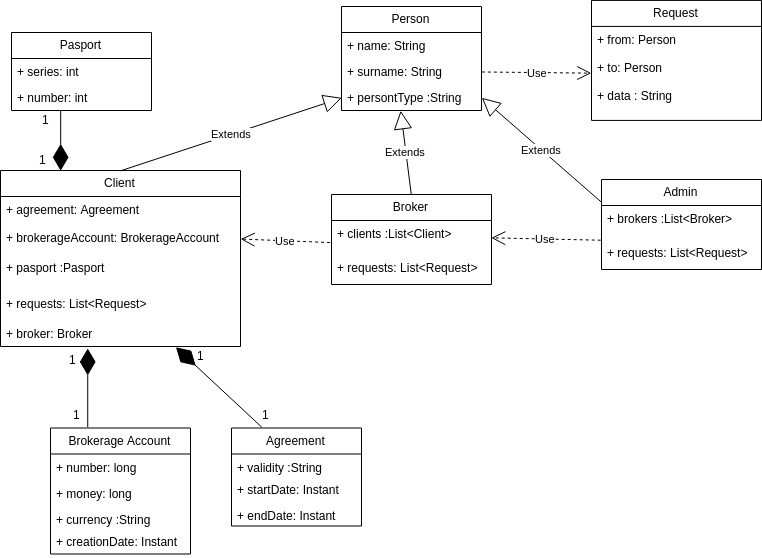
The draw.io diagram diagrams/static_domain_model.png in MikhailMe/exchange-trading, before a commit. Source tidied: cells renumbered, new cells last; positions are measured from the earlier drawing's top-left corner, leaving out a move shared by most shapes.
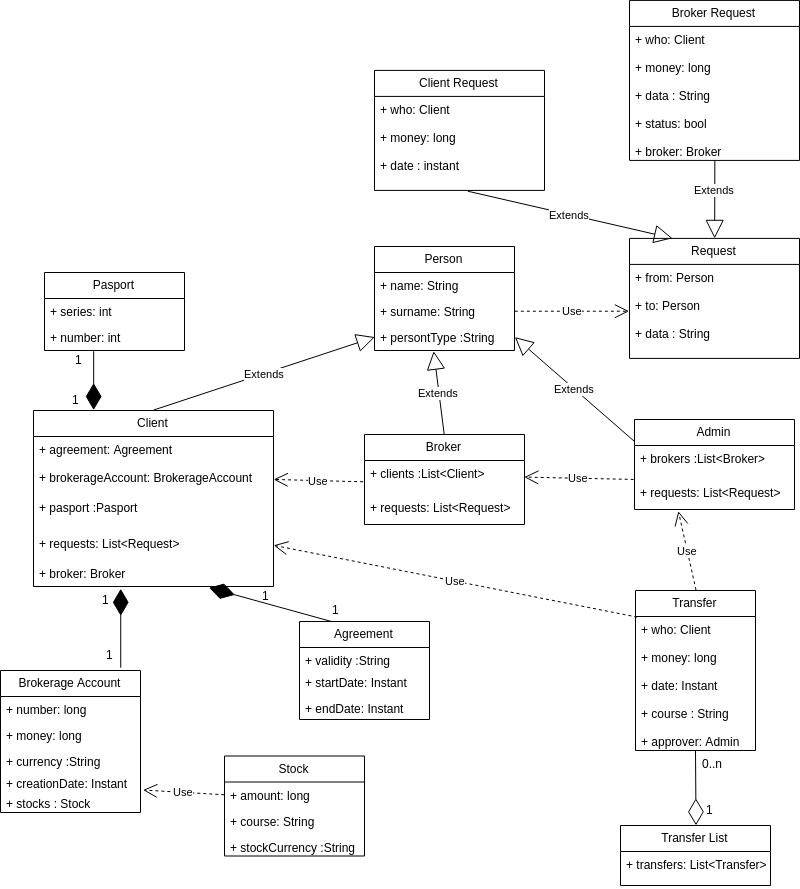
After the change.

Diff of the diagram source:
```diff
@@ -69,7 +69,7 @@
       <mxGeometry relative="1" as="geometry" />
     </mxCell>
     <mxCell id="24" value="Agreement" style="swimlane;fontStyle=0;horizontal=1;startSize=26;fillColor=none;" parent="1" vertex="1">
-      <mxGeometry x="231" y="427.5" width="130" height="98" as="geometry" />
+      <mxGeometry x="266" y="381" width="130" height="98" as="geometry" />
     </mxCell>
     <mxCell id="25" value="+ validity :String&#10;" style="text;strokeColor=none;fillColor=none;align=left;verticalAlign=top;spacingLeft=4;spacingRight=4;overflow=hidden;" parent="24" vertex="1">
       <mxGeometry y="26" width="130" height="22" as="geometry" />
@@ -81,7 +81,7 @@
       <mxGeometry y="74" width="130" height="24" as="geometry" />
     </mxCell>
     <mxCell id="28" value="Brokerage Account" style="swimlane;fontStyle=0;horizontal=1;startSize=26;fillColor=none;" parent="1" vertex="1">
-      <mxGeometry x="50" y="427.5" width="140" height="126" as="geometry" />
+      <mxGeometry x="-33" y="430" width="140" height="142" as="geometry" />
     </mxCell>
     <mxCell id="29" value="+ number: long&#10;&#10;" style="text;strokeColor=none;fillColor=none;align=left;verticalAlign=top;spacingLeft=4;spacingRight=4;overflow=hidden;" parent="28" vertex="1">
       <mxGeometry y="26" width="140" height="26" as="geometry" />
@@ -93,8 +93,11 @@
       <mxGeometry y="78" width="140" height="22" as="geometry" />
     </mxCell>
     <mxCell id="32" value="+ creationDate: Instant &#10;" style="text;strokeColor=none;fillColor=none;align=left;verticalAlign=top;spacingLeft=4;spacingRight=4;overflow=hidden;" parent="28" vertex="1">
-      <mxGeometry y="100" width="140" height="26" as="geometry" />
+      <mxGeometry y="100" width="140" height="20" as="geometry" />
     </mxCell>
+    <mxCell id="47" value="+ stocks : Stock&#10;" style="text;strokeColor=none;fillColor=none;align=left;verticalAlign=top;spacingLeft=4;spacingRight=4;overflow=hidden;points=[[0,0.5],[1,0.5]];portConstraint=eastwest;" parent="28" vertex="1">
+      <mxGeometry y="120" width="140" height="22" as="geometry" />
+    </mxCell>
     <mxCell id="33" value="Use" style="endArrow=open;endSize=12;dashed=1;html=1;exitX=-0.007;exitY=0.639;exitDx=0;exitDy=0;entryX=1;entryY=0.5;entryDx=0;entryDy=0;exitPerimeter=0;" parent="1" edge="1" source="16" target="8">
       <mxGeometry relative="1" as="geometry" />
     </mxCell>
@@ -102,7 +105,7 @@
       <mxGeometry relative="1" as="geometry" />
     </mxCell>
     <mxCell id="35" value="Request" style="swimlane;fontStyle=0;horizontal=1;startSize=26;fillColor=none;" parent="1" vertex="1">
-      <mxGeometry x="591" y="-0.1" width="170" height="120" as="geometry" />
+      <mxGeometry x="596" y="-2.1" width="170" height="120" as="geometry" />
     </mxCell>
     <mxCell id="36" value="+ from: Person&#10;&#10;+ to: Person&#10;&#10;+ data : String&#10;" style="text;strokeColor=none;fillColor=none;align=left;verticalAlign=top;spacingLeft=4;spacingRight=4;overflow=hidden;points=[[0,0.5],[1,0.5]];portConstraint=eastwest;" parent="35" vertex="1">
       <mxGeometry y="26" width="170" height="94" as="geometry" />
@@ -120,10 +123,10 @@
       <mxGeometry x="67" y="350" width="20" height="20" as="geometry" />
     </mxCell>
     <mxCell id="41" value="1" style="text;html=1;points=[];align=left;verticalAlign=top;spacingTop=-4;" parent="1" vertex="1">
-      <mxGeometry x="260" y="405" width="20" height="20" as="geometry" />
+      <mxGeometry x="297" y="360" width="20" height="20" as="geometry" />
     </mxCell>
     <mxCell id="42" value="1" style="text;html=1;align=left;verticalAlign=top;spacingTop=-4;" parent="1" vertex="1">
-      <mxGeometry x="195" y="346" width="20" height="20" as="geometry" />
+      <mxGeometry x="227" y="346" width="20" height="20" as="geometry" />
     </mxCell>
     <mxCell id="43" style="endArrow=diamondThin;endFill=1;endSize=24;html=1;exitX=0.983;exitY=0.033;exitDx=0;exitDy=0;exitPerimeter=0;entryX=0.25;entryY=0;entryDx=0;entryDy=0;" parent="1" edge="1" source="37" target="6">
       <mxGeometry relative="1" as="geometry" />
@@ -131,11 +134,73 @@
     <mxCell id="44" style="endArrow=diamondThin;endFill=1;endSize=24;html=1;entryX=1;entryY=-0.1;entryDx=0;entryDy=0;entryPerimeter=0;exitX=0.8;exitY=1.1;exitDx=0;exitDy=0;exitPerimeter=0;" parent="1" edge="1" source="39" target="40">
       <mxGeometry relative="1" as="geometry" />
     </mxCell>
-    <mxCell id="45" style="endArrow=diamondThin;endFill=1;endSize=24;html=1;entryX=0.733;entryY=1.038;entryDx=0;entryDy=0;entryPerimeter=0;exitX=0.064;exitY=1.095;exitDx=0;exitDy=0;exitPerimeter=0;" parent="1" edge="1" source="41" target="11">
+    <mxCell id="45" style="endArrow=diamondThin;endFill=1;endSize=24;html=1;entryX=0.733;entryY=1.038;entryDx=0;entryDy=0;entryPerimeter=0;exitX=0.25;exitY=0;exitDx=0;exitDy=0;" parent="1" edge="1" source="24" target="11">
       <mxGeometry relative="1" as="geometry" />
     </mxCell>
     <mxCell id="46" value="Use" style="endArrow=open;endSize=12;dashed=1;html=1;exitX=1;exitY=0.5;exitDx=0;exitDy=0;entryX=0;entryY=0.5;entryDx=0;entryDy=0;" parent="1" edge="1" source="4" target="36">
       <mxGeometry relative="1" as="geometry" />
     </mxCell>
+    <mxCell id="48" value="Transfer" style="swimlane;fontStyle=0;horizontal=1;startSize=26;fillColor=none;" parent="1" vertex="1">
+      <mxGeometry x="602" y="350" width="120" height="160" as="geometry" />
+    </mxCell>
+    <mxCell id="49" value="+ who: Client&#10;&#10;+ money: long&#10;&#10;+ date: Instant&#10;&#10;+ course : String&#10;&#10;+ approver: Admin&#10;" style="text;strokeColor=none;fillColor=none;align=left;verticalAlign=top;spacingLeft=4;spacingRight=4;overflow=hidden;points=[[0,0.5],[1,0.5]];portConstraint=eastwest;" parent="48" vertex="1">
+      <mxGeometry y="26" width="120" height="134" as="geometry" />
+    </mxCell>
+    <mxCell id="50" value="Broker Request" style="swimlane;fontStyle=0;horizontal=1;startSize=26;fillColor=none;" parent="1" vertex="1">
+      <mxGeometry x="596" y="-240.1" width="170" height="160" as="geometry" />
+    </mxCell>
+    <mxCell id="51" value="+ who: Client&#10;&#10;+ money: long&#10;&#10;+ data : String&#10;&#10;+ status: bool &#10;&#10;+ broker: Broker" style="text;strokeColor=none;fillColor=none;align=left;verticalAlign=top;spacingLeft=4;spacingRight=4;overflow=hidden;" parent="50" vertex="1">
+      <mxGeometry y="26" width="170" height="134" as="geometry" />
+    </mxCell>
+    <mxCell id="52" value="Client Request" style="swimlane;fontStyle=0;horizontal=1;startSize=26;fillColor=none;" parent="1" vertex="1">
+      <mxGeometry x="341" y="-170.1" width="170" height="120" as="geometry" />
+    </mxCell>
+    <mxCell id="53" value="+ who: Client&#10;&#10;+ money: long&#10;&#10;+ date : instant&#10;" style="text;strokeColor=none;fillColor=none;align=left;verticalAlign=top;spacingLeft=4;spacingRight=4;overflow=hidden;points=[[0,0.5],[1,0.5]];portConstraint=eastwest;" parent="52" vertex="1">
+      <mxGeometry y="26" width="170" height="94" as="geometry" />
+    </mxCell>
+    <mxCell id="54" value="Transfer List" style="swimlane;fontStyle=0;horizontal=1;startSize=26;fillColor=none;" parent="1" vertex="1">
+      <mxGeometry x="587" y="585" width="150" height="60" as="geometry" />
+    </mxCell>
+    <mxCell id="55" value="+ transfers: List&lt;Transfer&gt;&#10;" style="text;strokeColor=none;fillColor=none;align=left;verticalAlign=top;spacingLeft=4;spacingRight=4;overflow=hidden;" parent="54" vertex="1">
+      <mxGeometry y="26" width="150" height="34" as="geometry" />
+    </mxCell>
+    <mxCell id="56" value="Extends" style="endArrow=block;endSize=16;endFill=0;html=1;exitX=0.552;exitY=1.013;exitDx=0;exitDy=0;exitPerimeter=0;entryX=0.25;entryY=0;entryDx=0;entryDy=0;" parent="1" edge="1" source="53" target="35">
+      <mxGeometry relative="1" as="geometry" />
+    </mxCell>
+    <mxCell id="57" value="Extends" style="endArrow=block;endSize=16;endFill=0;html=1;exitX=0.5;exitY=1;exitDx=0;exitDy=0;" parent="1" edge="1" source="50" target="35">
+      <mxGeometry x="-0.23" relative="1" as="geometry" />
+    </mxCell>
+    <mxCell id="58" style="endArrow=diamondThin;endFill=0;endSize=24;html=1;entryX=0.5;entryY=0;entryDx=0;entryDy=0;" parent="1" edge="1" target="54">
+      <mxGeometry relative="1" as="geometry">
+        <mxPoint x="662" y="510" as="sourcePoint" />
+      </mxGeometry>
+    </mxCell>
+    <mxCell id="59" value="Use" style="endArrow=open;endSize=12;dashed=1;html=1;entryX=0.276;entryY=1.043;entryDx=0;entryDy=0;entryPerimeter=0;exitX=0.5;exitY=0;exitDx=0;exitDy=0;" parent="1" edge="1" source="48" target="20">
+      <mxGeometry relative="1" as="geometry" />
+    </mxCell>
+    <mxCell id="60" value="1" style="text;html=1;align=left;verticalAlign=top;spacingTop=-4;" parent="1" vertex="1">
+      <mxGeometry x="671" y="560" width="20" height="20" as="geometry" />
+    </mxCell>
+    <mxCell id="61" value="0..n" style="text;html=1;align=left;verticalAlign=top;spacingTop=-4;" parent="1" vertex="1">
+      <mxGeometry x="667" y="513.5" width="40" height="20" as="geometry" />
+    </mxCell>
+    <mxCell id="62" value="Use" style="endArrow=open;endSize=12;dashed=1;html=1;exitX=0.01;exitY=0;exitDx=0;exitDy=0;entryX=1;entryY=0.5;entryDx=0;entryDy=0;exitPerimeter=0;" parent="1" edge="1" source="49" target="10">
+      <mxGeometry relative="1" as="geometry" />
+    </mxCell>
+    <mxCell id="63" value="Stock" style="swimlane;fontStyle=0;horizontal=1;startSize=26;fillColor=none;" parent="1" vertex="1">
+      <mxGeometry x="191" y="515.5" width="140" height="100" as="geometry" />
+    </mxCell>
+    <mxCell id="64" value="+ amount: long&#10;&#10;" style="text;strokeColor=none;fillColor=none;align=left;verticalAlign=top;spacingLeft=4;spacingRight=4;overflow=hidden;points=[[0,0.5],[1,0.5]];portConstraint=eastwest;" parent="63" vertex="1">
+      <mxGeometry y="26" width="140" height="26" as="geometry" />
+    </mxCell>
+    <mxCell id="65" value="+ course: String&#10;" style="text;strokeColor=none;fillColor=none;align=left;verticalAlign=top;spacingLeft=4;spacingRight=4;overflow=hidden;" parent="63" vertex="1">
+      <mxGeometry y="52" width="140" height="26" as="geometry" />
+    </mxCell>
+    <mxCell id="66" value="+ stockCurrency :String&#10;" style="text;strokeColor=none;fillColor=none;align=left;verticalAlign=top;spacingLeft=4;spacingRight=4;overflow=hidden;" parent="63" vertex="1">
+      <mxGeometry y="78" width="140" height="22" as="geometry" />
+    </mxCell>
+    <mxCell id="67" value="Use" style="endArrow=open;endSize=12;dashed=1;html=1;entryX=1.017;entryY=-0.024;entryDx=0;entryDy=0;entryPerimeter=0;exitX=0;exitY=0.5;exitDx=0;exitDy=0;" parent="1" edge="1" source="64" target="47">
+      <mxGeometry relative="1" as="geometry" />
+    </mxCell>
   </root>
 </mxGraphModel>
```
